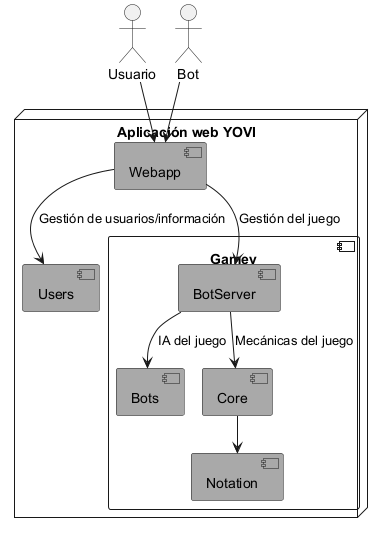
Arquisoft/yovi_es5b keeps this PlantUML diagram as images/vista-bloques-3-gamey.png. Above is the earlier version.
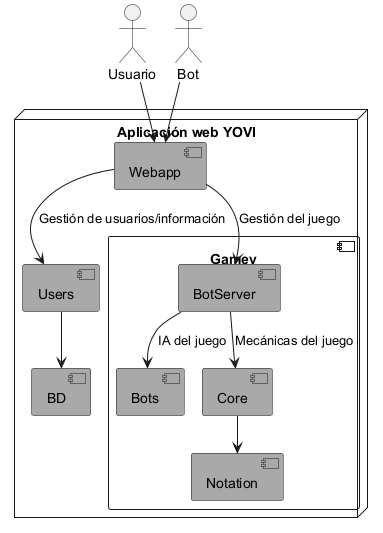
Later version of the same file.

Diff of the diagram source:
```diff
@@ -11,6 +11,7 @@
     }
     component Webapp #DarkGray
     component Users #DarkGray
+    component BD #DarkGray
 }
 
 Core --> Notation
@@ -21,5 +22,6 @@
 Bot --> Webapp
 Webapp --> Users : "Gestión de usuarios/información"
 Webapp --> BotServer : "Gestión del juego"
+Users --> BD
 
 @enduml
```
